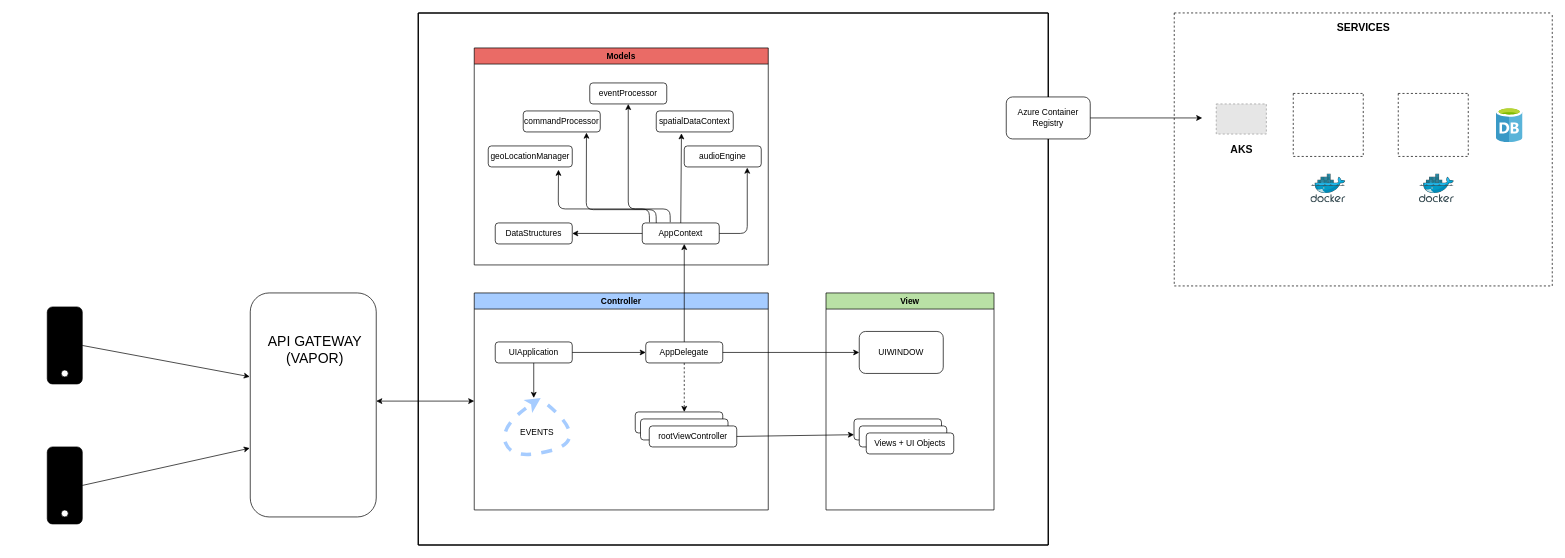
Above: ArchitectureV2.drawio in willdonlan8/test (draw.io), before the change. Source tidied: cells renumbered, new cells numbered last; positions are measured from the earlier drawing's top-left corner, leaving out a move shared by most shapes. Both pictures are drawn from the tidied source at 70%, with x=0, y=0 at pixel (47, 13). Pictures stored in the file or linked from it are replaced by grey dashed boxes.
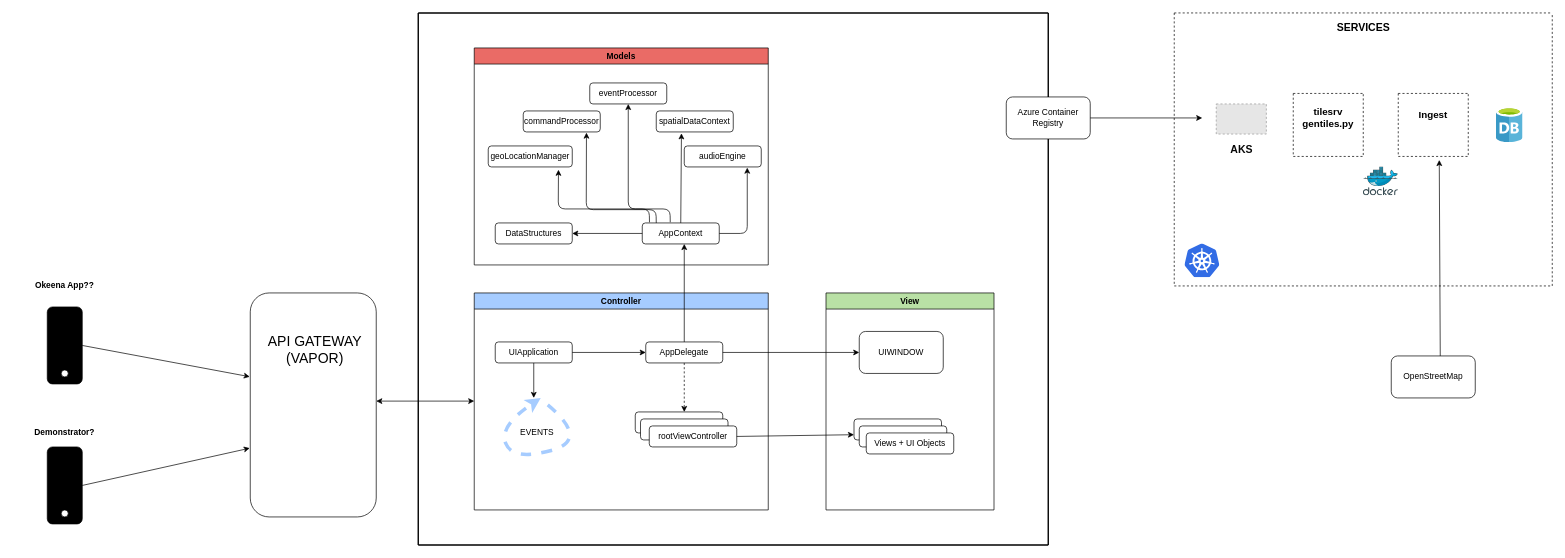
Above is the later version.

Unchanged cells that the change refers to:
```xml
<mxCell id="49" style="swimlane;startSize=0;strokeColor=#000000;fillColor=#FFFFFF;dashed=1;" parent="1" vertex="1">
  <mxGeometry x="1610" width="540" height="390" as="geometry" />
</mxCell>
<mxCell id="53" style="swimlane;startSize=0;dashed=1;strokeColor=#000000;fillColor=#FFFFFF;" parent="49" vertex="1">
  <mxGeometry x="170" y="115" width="100" height="90" as="geometry" />
</mxCell>
<mxCell id="54" style="swimlane;startSize=0;dashed=1;strokeColor=#000000;fillColor=#FFFFFF;" parent="49" vertex="1">
  <mxGeometry x="320" y="115" width="100" height="90" as="geometry" />
</mxCell>
```

Change to the diagram source:
```diff
@@
+    <mxCell id="60" value="&lt;b style=&quot;font-size: 14px&quot;&gt;tilesrv&lt;br&gt;gentiles.py&lt;/b&gt;" style="text;html=1;strokeColor=none;fillColor=none;align=center;verticalAlign=middle;whiteSpace=wrap;rounded=0;" parent="53" vertex="1">
+      <mxGeometry x="15" y="12.5" width="70" height="45" as="geometry" />
+    </mxCell>
@@
+    <mxCell id="61" value="&lt;b&gt;&lt;font style=&quot;font-size: 14px&quot;&gt;Ingest&lt;/font&gt;&lt;/b&gt;" style="text;html=1;strokeColor=none;fillColor=none;align=center;verticalAlign=middle;whiteSpace=wrap;rounded=0;" parent="54" vertex="1">
+      <mxGeometry x="30" y="20" width="40" height="20" as="geometry" />
+    </mxCell>
@@
     <mxCell id="56" style="html=1;align=center;image;fontSize=12;image=img/lib/mscae/Docker.svg;strokeColor=#000000;fillColor=#FFFFFF;" parent="49" vertex="1">
-      <mxGeometry x="195" y="230" width="50" height="41" as="geometry" />
+      <mxGeometry x="270" y="220" width="50" height="41" as="geometry" />
     </mxCell>
-    <mxCell id="57" style="html=1;align=center;image;fontSize=12;image=img/lib/mscae/Docker.svg;strokeColor=#000000;fillColor=#FFFFFF;" parent="49" vertex="1">
-      <mxGeometry x="350" y="230" width="50" height="41" as="geometry" />
-    </mxCell>
+    <mxCell id="62" style="html=1;align=center;image;fontSize=12;image=img/lib/mscae/Kubernetes.svg;strokeColor=#000000;fillColor=#FFFFFF;" parent="49" vertex="1">
+      <mxGeometry x="15" y="330" width="50" height="48" as="geometry" />
+    </mxCell>
@@
+    <mxCell id="63" value="OpenStreetMap" style="rounded=1;whiteSpace=wrap;html=1;strokeColor=#000000;fillColor=#FFFFFF;" parent="1" vertex="1">
+      <mxGeometry x="1920" y="490" width="120" height="60" as="geometry" />
+    </mxCell>
+    <mxCell id="64" value="&lt;b&gt;Okeena App??&lt;/b&gt;" style="text;html=1;strokeColor=none;fillColor=none;align=center;verticalAlign=middle;whiteSpace=wrap;rounded=0;" parent="1" vertex="1">
+      <mxGeometry x="-50" y="350" width="150" height="80" as="geometry" />
+    </mxCell>
+    <mxCell id="65" value="&lt;b&gt;Demonstrator?&lt;/b&gt;" style="text;html=1;strokeColor=none;fillColor=none;align=center;verticalAlign=middle;whiteSpace=wrap;rounded=0;" parent="1" vertex="1">
+      <mxGeometry x="-50" y="560" width="150" height="80" as="geometry" />
+    </mxCell>
+    <mxCell id="66" style="endArrow=classic;html=1;strokeColor=#000000;strokeWidth=1;fillColor=#000000;entryX=0.586;entryY=1.056;entryDx=0;entryDy=0;entryPerimeter=0;" parent="1" edge="1" target="54">
+      <mxGeometry relative="1" as="geometry">
+        <mxPoint x="1990" y="490" as="sourcePoint" />
+      </mxGeometry>
+    </mxCell>
```
